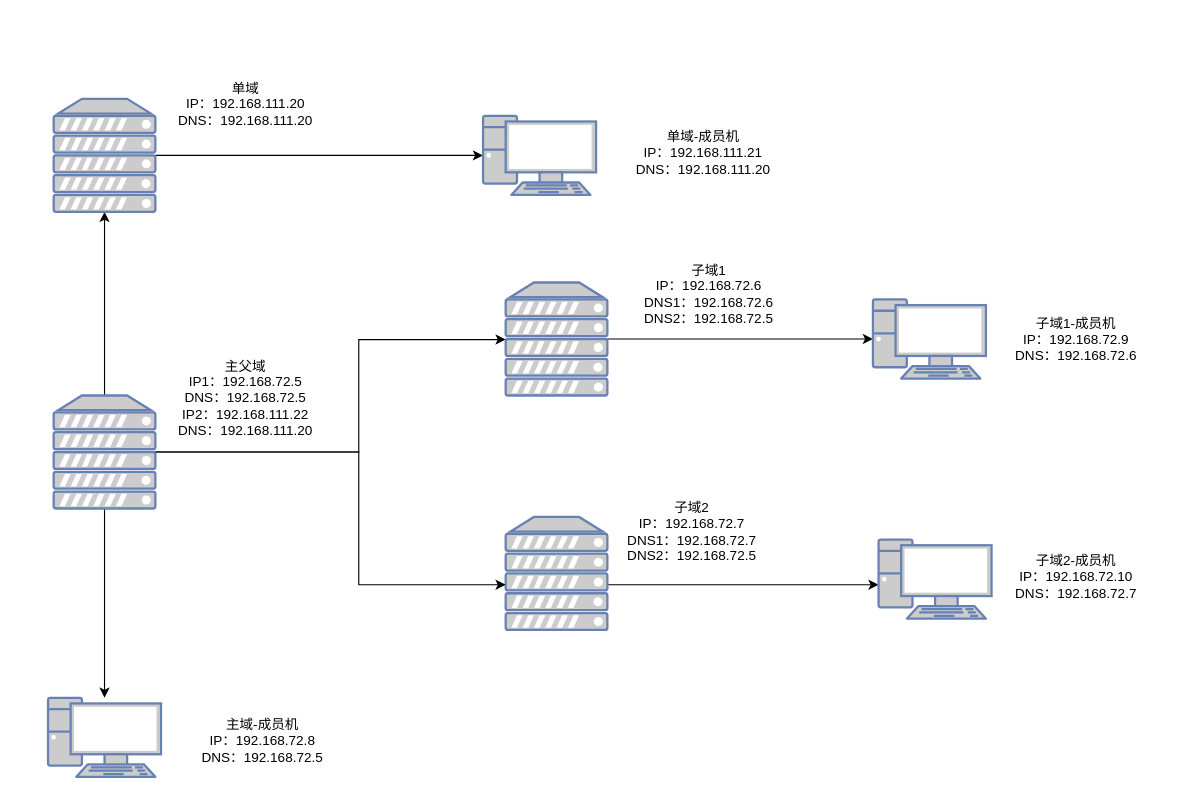
The draw.io diagram 父子域.drawio in crzliang/drow.io, before the edit. Source tidied: cells renumbered, new cells numbered last; positions are measured from the earlier drawing's top-left corner, leaving out a move shared by most shapes. Both pictures are drawn from the tidied source at 113%, with x=0, y=0 at pixel (47, 64).
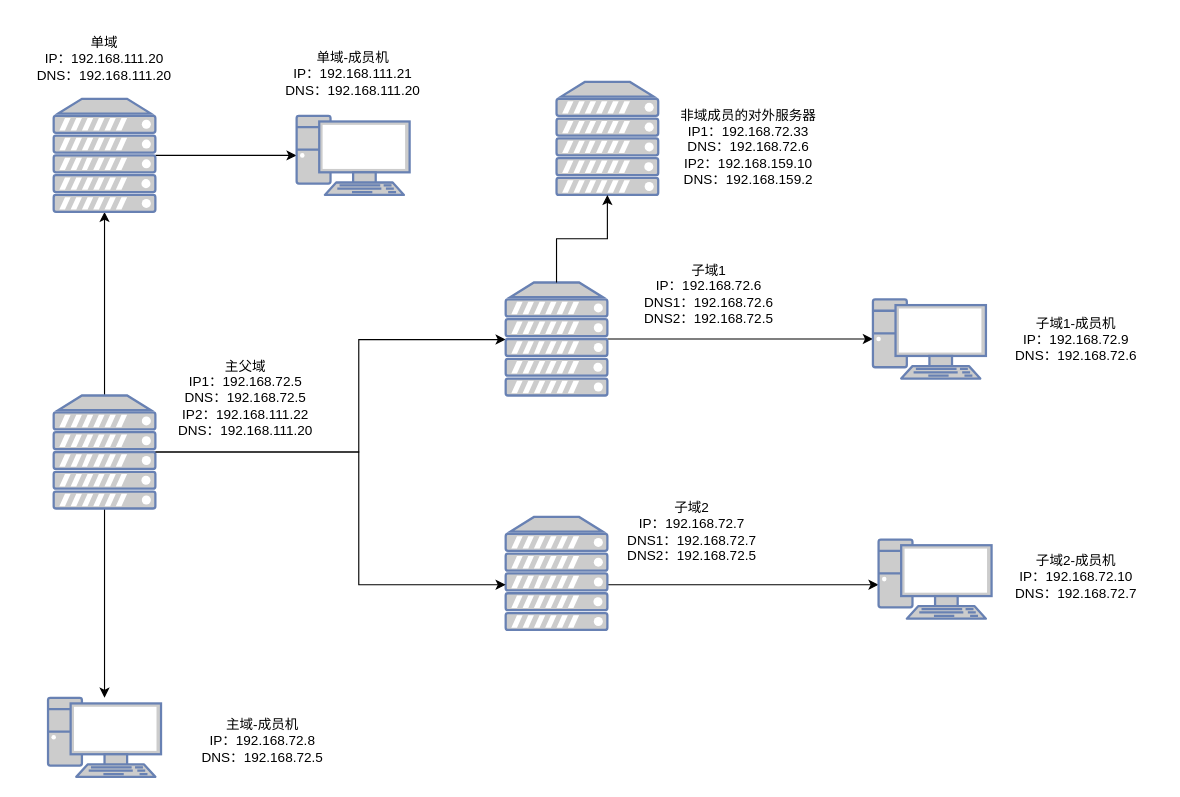
The same diagram, later.

Commit message:
更新父子域.drawio

The change refers to these unchanged cells:
```xml
<mxCell id="7" style="fontColor=#0066CC;verticalAlign=top;verticalLabelPosition=bottom;labelPosition=center;align=center;html=1;outlineConnect=0;fillColor=#CCCCCC;strokeColor=#6881B3;gradientColor=none;gradientDirection=north;strokeWidth=2;shape=mxgraph.networks.server;" parent="1" vertex="1">
  <mxGeometry x="405" y="192.5" width="90" height="100" as="geometry" />
</mxCell>
```

Change to the diagram source:
```diff
@@
     <mxCell id="15" style="fontColor=#0066CC;verticalAlign=top;verticalLabelPosition=bottom;labelPosition=center;align=center;html=1;outlineConnect=0;fillColor=#CCCCCC;strokeColor=#6881B3;gradientColor=none;gradientDirection=north;strokeWidth=2;shape=mxgraph.networks.pc;" parent="1" vertex="1">
-      <mxGeometry x="385" y="45" width="100" height="70" as="geometry" />
+      <mxGeometry x="220" y="45" width="100" height="70" as="geometry" />
     </mxCell>
@@
     <mxCell id="19" value="单域-成员机&lt;br&gt;IP：192.168.111.21&lt;br&gt;DNS：192.168.111.20" style="text;strokeColor=none;align=center;fillColor=none;html=1;verticalAlign=middle;whiteSpace=wrap;rounded=0;" parent="1" vertex="1">
-      <mxGeometry x="505" y="45" width="150" height="65" as="geometry" />
+      <mxGeometry x="195" y="-25" width="150" height="65" as="geometry" />
     </mxCell>
@@
     <mxCell id="21" value="单域&lt;br&gt;IP：192.168.111.20&lt;br&gt;DNS：192.168.111.20" style="text;strokeColor=none;align=center;fillColor=none;html=1;verticalAlign=middle;whiteSpace=wrap;rounded=0;" parent="1" vertex="1">
-      <mxGeometry x="100" width="150" height="70" as="geometry" />
+      <mxGeometry x="-25" y="-40" width="150" height="70" as="geometry" />
     </mxCell>
@@
     <mxCell id="23" value="子域1-成员机&lt;br&gt;IP：192.168.72.9&lt;br&gt;DNS：192.168.72.6" style="text;strokeColor=none;align=center;fillColor=none;html=1;verticalAlign=middle;whiteSpace=wrap;rounded=0;" parent="1" vertex="1">
-      <mxGeometry x="835" y="210" width="150" height="65" as="geometry" />
+      <mxGeometry x="835" y="207.5" width="150" height="70" as="geometry" />
     </mxCell>
@@
+    <mxCell id="25" style="fontColor=#0066CC;verticalAlign=top;verticalLabelPosition=bottom;labelPosition=center;align=center;html=1;outlineConnect=0;fillColor=#CCCCCC;strokeColor=#6881B3;gradientColor=none;gradientDirection=north;strokeWidth=2;shape=mxgraph.networks.server;" parent="1" vertex="1">
+      <mxGeometry x="450" y="15" width="90" height="100" as="geometry" />
+    </mxCell>
+    <mxCell id="26" style="edgeStyle=orthogonalEdgeStyle;rounded=0;jettySize=auto;html=1;entryX=0.5;entryY=1;entryDx=0;entryDy=0;entryPerimeter=0;" parent="1" edge="1" source="7" target="25">
+      <mxGeometry relative="1" as="geometry" />
+    </mxCell>
+    <mxCell id="27" value="非域成员的对外服务器&lt;br&gt;IP1：192.168.72.33&lt;br&gt;DNS：192.168.72.6&lt;br&gt;IP2：192.168.159.10&lt;br style=&quot;border-color: var(--border-color);&quot;&gt;DNS：192.168.159.2" style="text;strokeColor=none;align=center;fillColor=none;html=1;verticalAlign=middle;whiteSpace=wrap;rounded=0;" parent="1" vertex="1">
+      <mxGeometry x="550" y="30" width="140" height="85" as="geometry" />
+    </mxCell>
```
